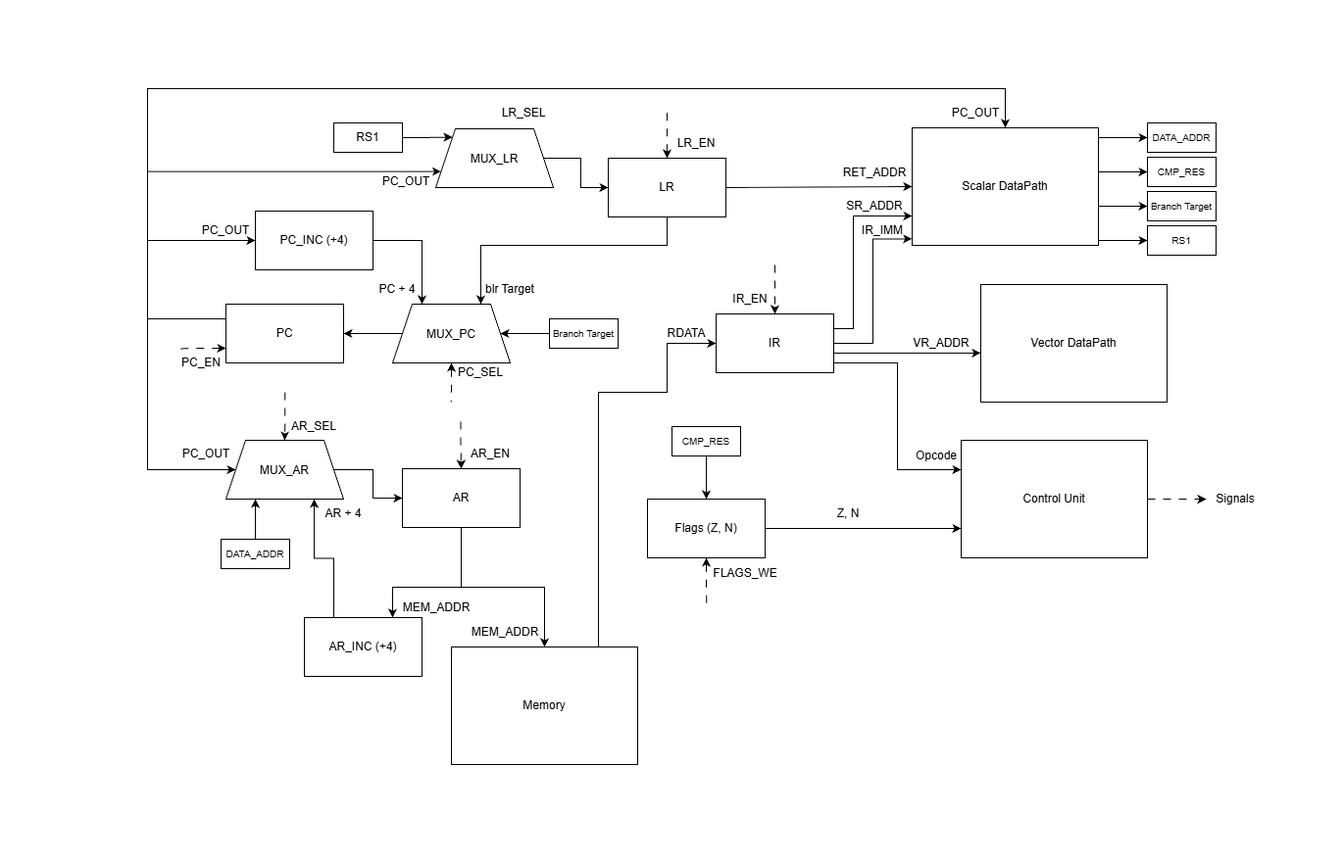
The draw.io diagram scheme/flow_control.png in dvaliullin/CSA-Lab4, before a commit. Source tidied: cells renumbered, new cells last; positions are measured from the earlier drawing's top-left corner, leaving out a move shared by most shapes.
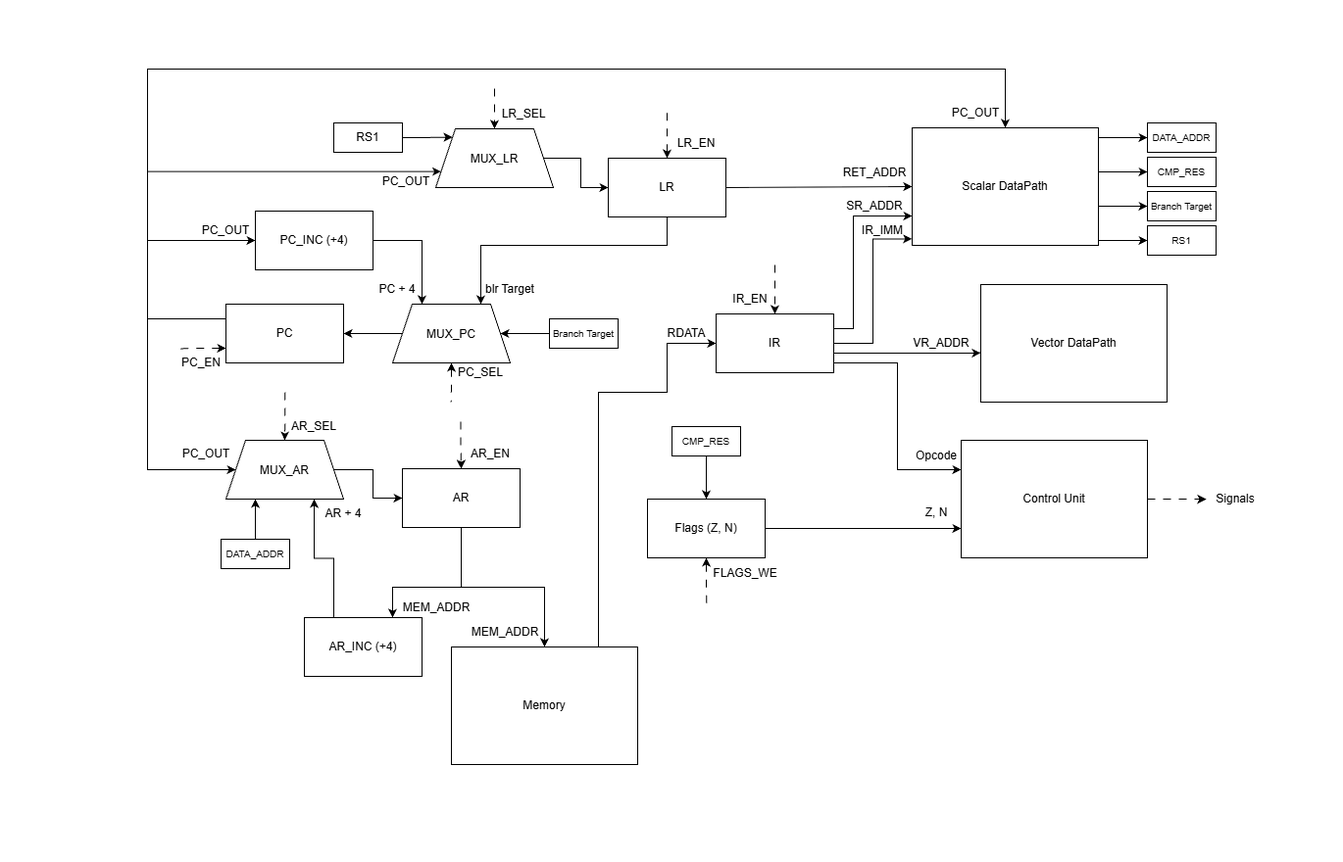
Later version of the same file.

The edit, as a diff of the source:
```diff
@@ -22,8 +22,8 @@
       <mxGeometry x="0.09" relative="1" as="geometry">
         <Array as="points">
           <mxPoint x="150" y="325" />
-          <mxPoint x="150" y="90" />
-          <mxPoint x="1025" y="90" />
+          <mxPoint x="150" y="70" />
+          <mxPoint x="1025" y="70" />
         </Array>
       </mxGeometry>
     </mxCell>
@@ -84,11 +84,16 @@
         <mxPoint x="150" y="174.6" as="sourcePoint" />
       </mxGeometry>
     </mxCell>
+    <mxCell id="89" style="edgeStyle=orthogonalEdgeStyle;rounded=0;jettySize=auto;html=1;exitX=0.5;exitY=0;exitDx=0;exitDy=0;defaultLabelBackgroundColor=page;labelPadding=0 4;dashed=1;dashPattern=8 8;entryX=0.5;entryY=0;entryDx=0;entryDy=0;" parent="1" edge="1" target="19">
+      <mxGeometry x="-0.22" relative="1" as="geometry">
+        <mxPoint x="504.1" y="90" as="sourcePoint" />
+      </mxGeometry>
+    </mxCell>
     <mxCell id="19" value="MUX_LR" style="shape=trapezoid;perimeter=trapezoidPerimeter;whiteSpace=wrap;html=1;shapeInside=1;fixedSize=1;" parent="1" vertex="1">
       <mxGeometry x="444" y="131" width="120" height="60" as="geometry" />
     </mxCell>
     <mxCell id="20" value="&lt;font&gt;LR_SEL&lt;/font&gt;" style="text;html=1;whiteSpace=wrap;strokeColor=none;fillColor=none;align=center;verticalAlign=middle;rounded=0;" parent="1" vertex="1">
-      <mxGeometry x="504" y="100" width="60" height="30" as="geometry" />
+      <mxGeometry x="504" y="101" width="60" height="30" as="geometry" />
     </mxCell>
     <mxCell id="21" style="edgeStyle=orthogonalEdgeStyle;rounded=0;jettySize=auto;html=1;exitX=0.5;exitY=0;exitDx=0;exitDy=0;defaultLabelBackgroundColor=page;labelPadding=0 4;startArrow=classic;startFill=1;endArrow=none;endFill=0;dashed=1;dashPattern=8 8;" parent="1" edge="1" source="23">
       <mxGeometry x="0.04" relative="1" as="geometry">
@@ -170,7 +175,7 @@
       <mxGeometry x="660" y="509" width="120" height="60" as="geometry" />
     </mxCell>
     <mxCell id="38" value="Z, N" style="text;html=1;whiteSpace=wrap;strokeColor=none;fillColor=none;align=center;verticalAlign=middle;rounded=0;" parent="1" vertex="1">
-      <mxGeometry x="835" y="509" width="60" height="30" as="geometry" />
+      <mxGeometry x="925" y="508" width="60" height="30" as="geometry" />
     </mxCell>
     <mxCell id="39" value="&lt;font&gt;IR_EN&lt;/font&gt;" style="text;html=1;whiteSpace=wrap;strokeColor=none;fillColor=none;align=center;verticalAlign=middle;rounded=0;" parent="1" vertex="1">
       <mxGeometry x="740" y="290" width="50" height="30" as="geometry" />
```
